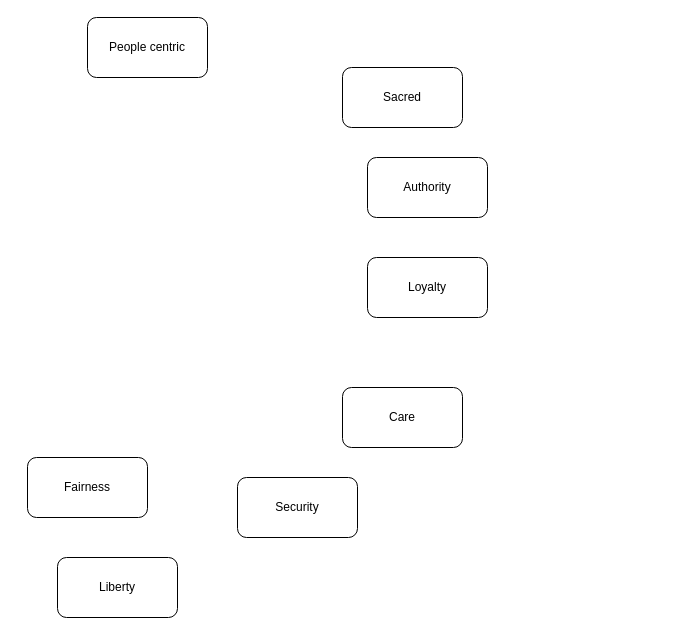
Above: memespace_community.drawio in codeaudit/1 (draw.io), before the change. Source tidied: cells renumbered, new cells numbered last; positions are measured from the earlier drawing's top-left corner, leaving out a move shared by most shapes. Both pictures are drawn from the tidied source at 100%, with x=0, y=0 at pixel (27, 17).
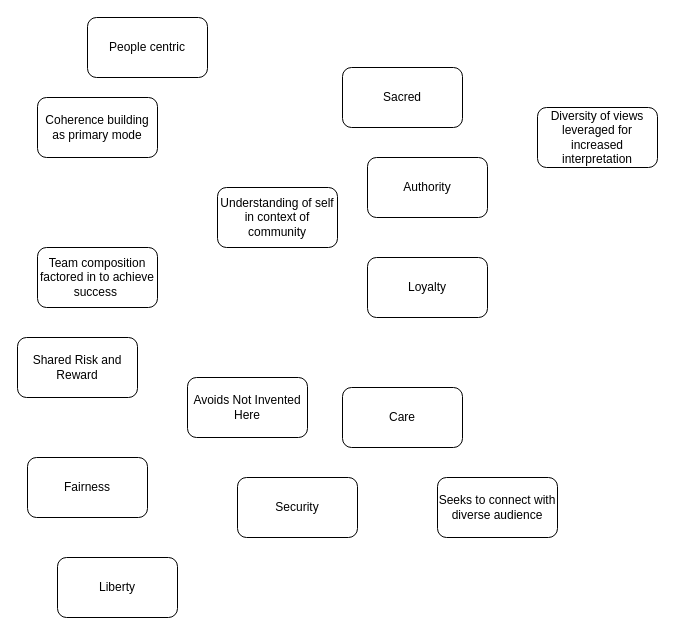
After the change.

Diff of the diagram source:
```diff
@@
 <mxGraphModel>
   <root>
     <mxCell id="0" />
     <mxCell id="1" parent="0" />
     <mxCell id="2" value="Sacred" style="rounded=1;whiteSpace=wrap;html=1;" parent="1" vertex="1">
       <mxGeometry x="315" y="50" width="120" height="60" as="geometry" />
     </mxCell>
     <mxCell id="3" value="Authority" style="rounded=1;whiteSpace=wrap;html=1;" parent="1" vertex="1">
       <mxGeometry x="340" y="140" width="120" height="60" as="geometry" />
     </mxCell>
     <mxCell id="4" value="Care" style="rounded=1;whiteSpace=wrap;html=1;" parent="1" vertex="1">
       <mxGeometry x="315" y="370" width="120" height="60" as="geometry" />
     </mxCell>
     <mxCell id="5" value="Security" style="rounded=1;whiteSpace=wrap;html=1;" parent="1" vertex="1">
       <mxGeometry x="210" y="460" width="120" height="60" as="geometry" />
     </mxCell>
     <mxCell id="6" value="Loyalty" style="rounded=1;whiteSpace=wrap;html=1;" parent="1" vertex="1">
       <mxGeometry x="340" y="240" width="120" height="60" as="geometry" />
     </mxCell>
     <mxCell id="7" value="Fairness" style="rounded=1;whiteSpace=wrap;html=1;" parent="1" vertex="1">
       <mxGeometry y="440" width="120" height="60" as="geometry" />
     </mxCell>
     <mxCell id="8" value="Liberty" style="rounded=1;whiteSpace=wrap;html=1;" parent="1" vertex="1">
       <mxGeometry x="30" y="540" width="120" height="60" as="geometry" />
     </mxCell>
     <mxCell id="9" value="People centric" style="rounded=1;whiteSpace=wrap;html=1;" parent="1" vertex="1">
       <mxGeometry x="60" width="120" height="60" as="geometry" />
     </mxCell>
+    <mxCell id="10" value="Coherence building as primary mode" style="rounded=1;whiteSpace=wrap;html=1;" parent="1" vertex="1">
+      <mxGeometry x="10" y="80" width="120" height="60" as="geometry" />
+    </mxCell>
+    <mxCell id="11" value="Shared Risk and Reward" style="rounded=1;whiteSpace=wrap;html=1;" parent="1" vertex="1">
+      <mxGeometry x="-10" y="320" width="120" height="60" as="geometry" />
+    </mxCell>
+    <mxCell id="12" value="Team composition factored in to achieve success&amp;nbsp;" style="rounded=1;whiteSpace=wrap;html=1;" parent="1" vertex="1">
+      <mxGeometry x="10" y="230" width="120" height="60" as="geometry" />
+    </mxCell>
+    <mxCell id="13" value="Avoids Not Invented Here" style="rounded=1;whiteSpace=wrap;html=1;" parent="1" vertex="1">
+      <mxGeometry x="160" y="360" width="120" height="60" as="geometry" />
+    </mxCell>
+    <mxCell id="14" value="Seeks to connect with diverse audience" style="rounded=1;whiteSpace=wrap;html=1;" parent="1" vertex="1">
+      <mxGeometry x="410" y="460" width="120" height="60" as="geometry" />
+    </mxCell>
+    <mxCell id="15" value="Understanding of self in context of community" style="rounded=1;whiteSpace=wrap;html=1;" parent="1" vertex="1">
+      <mxGeometry x="190" y="170" width="120" height="60" as="geometry" />
+    </mxCell>
+    <mxCell id="16" value="Diversity of views leveraged for increased interpretation" style="rounded=1;whiteSpace=wrap;html=1;" parent="1" vertex="1">
+      <mxGeometry x="510" y="90" width="120" height="60" as="geometry" />
+    </mxCell>
   </root>
 </mxGraphModel>
```
